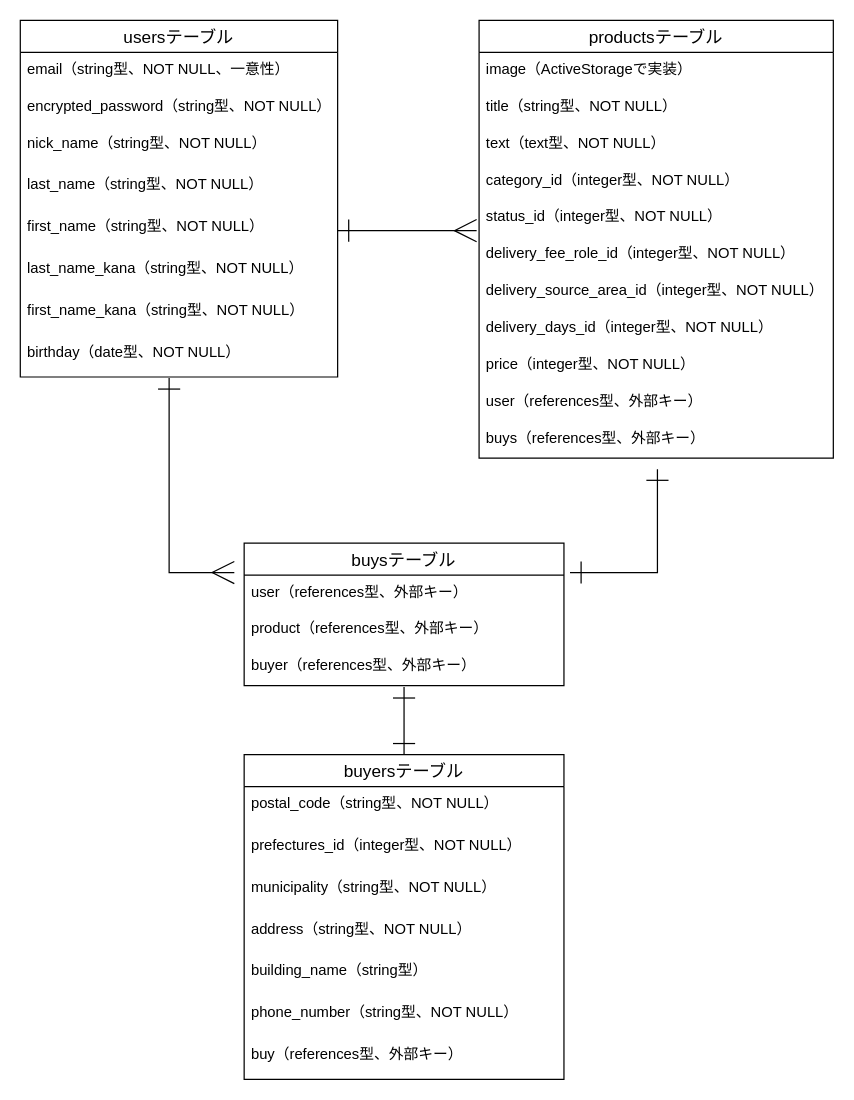
Earlier version of the draw.io diagram ER.dio (kotaro-hetsugi/furima-34434). Source tidied: cells renumbered, new cells numbered last; positions are measured from the earlier drawing's top-left corner, leaving out a move shared by most shapes. Both pictures are drawn from the tidied source at 123%, with x=0, y=0 at pixel (20, 20).
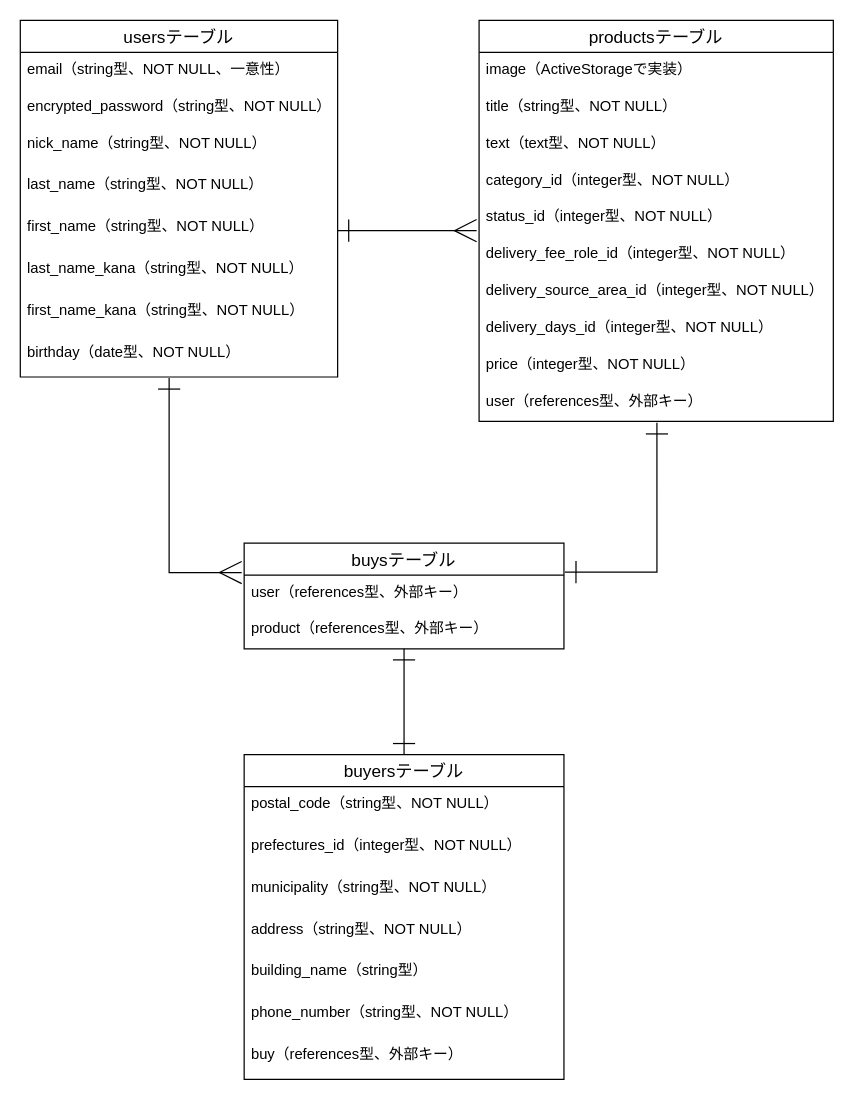
The same diagram, later.

Commit message (it also covers changes not shown here):
データベース設計修正_2

Unchanged cells that the change refers to:
```xml
<mxCell id="10" value="birthday（date型、NOT NULL）" style="text;strokeColor=none;fillColor=none;spacingLeft=4;spacingRight=4;overflow=hidden;points=[[0,0.5],[1,0.5]];portConstraint=eastwest;fontSize=12;" parent="2" vertex="1">
  <mxGeometry y="256" width="258" height="34" as="geometry" />
</mxCell>
<mxCell id="21" value="user（references型、外部キー）" style="text;strokeColor=none;fillColor=none;spacingLeft=4;spacingRight=4;overflow=hidden;points=[[0,0.5],[1,0.5]];portConstraint=eastwest;fontSize=12;" parent="11" vertex="1">
  <mxGeometry y="296" width="288" height="30" as="geometry" />
</mxCell>
<mxCell id="25" value="buyersテーブル" style="swimlane;fontStyle=0;horizontal=1;startSize=26;align=center;fontSize=14;" parent="1" vertex="1">
  <mxGeometry x="182" y="597" width="260" height="264" as="geometry" />
</mxCell>
<mxCell id="36" value="user（references型、外部キー）" style="text;strokeColor=none;fillColor=none;spacingLeft=4;spacingRight=4;overflow=hidden;points=[[0,0.5],[1,0.5]];portConstraint=eastwest;fontSize=12;" parent="35" vertex="1">
  <mxGeometry y="26" width="260" height="30" as="geometry" />
</mxCell>
```

What changed in the source:
```diff
@@
     <mxCell id="11" value="productsテーブル" style="swimlane;fontStyle=0;horizontal=1;startSize=26;align=center;fontSize=14;" parent="1" vertex="1">
-      <mxGeometry x="373" width="288" height="356" as="geometry" />
+      <mxGeometry x="373" width="288" height="326" as="geometry" />
     </mxCell>
@@
-    <mxCell id="22" value="buys（references型、外部キー）" style="text;strokeColor=none;fillColor=none;spacingLeft=4;spacingRight=4;overflow=hidden;fontSize=12;" parent="11" vertex="1">
-      <mxGeometry y="326" width="288" height="30" as="geometry" />
-    </mxCell>
@@
-    <mxCell id="24" style="edgeStyle=orthogonalEdgeStyle;rounded=0;jettySize=auto;html=1;entryX=0.5;entryY=1.033;entryDx=0;entryDy=0;entryPerimeter=0;strokeWidth=1;endFill=0;endArrow=ERone;endSize=16;startFill=0;startArrow=ERone;startSize=16;" parent="1" edge="1" source="25" target="38">
+    <mxCell id="24" style="edgeStyle=orthogonalEdgeStyle;rounded=0;jettySize=auto;html=1;entryX=0.5;entryY=1;entryDx=0;entryDy=0;strokeWidth=1;endFill=0;endArrow=ERone;endSize=16;startFill=0;startArrow=ERone;startSize=16;" parent="1" edge="1" source="25" target="35">
       <mxGeometry relative="1" as="geometry" />
     </mxCell>
@@
     <mxCell id="33" style="edgeStyle=orthogonalEdgeStyle;rounded=0;jettySize=auto;html=1;entryX=0.469;entryY=1.024;entryDx=0;entryDy=0;entryPerimeter=0;startArrow=ERmany;startFill=0;startSize=16;endArrow=ERone;endFill=0;endSize=16;strokeWidth=1;" parent="1" edge="1" target="10">
       <mxGeometry relative="1" as="geometry">
-        <mxPoint x="174" y="449" as="sourcePoint" />
+        <mxPoint x="180" y="449" as="sourcePoint" />
         <Array as="points">
           <mxPoint x="121" y="449" />
         </Array>
       </mxGeometry>
     </mxCell>
-    <mxCell id="34" style="edgeStyle=orthogonalEdgeStyle;rounded=0;jettySize=auto;html=1;startArrow=ERone;startFill=0;startSize=16;endArrow=ERone;endFill=0;endSize=16;strokeWidth=1;exitX=1.019;exitY=-0.067;exitDx=0;exitDy=0;exitPerimeter=0;" parent="1" edge="1" source="36">
+    <mxCell id="34" style="edgeStyle=orthogonalEdgeStyle;rounded=0;jettySize=auto;html=1;startArrow=ERone;startFill=0;startSize=16;endArrow=ERone;endFill=0;endSize=16;strokeWidth=1;exitX=1.003;exitY=0.275;exitDx=0;exitDy=0;exitPerimeter=0;entryX=0.502;entryY=1.043;entryDx=0;entryDy=0;entryPerimeter=0;" parent="1" edge="1" source="35" target="21">
       <mxGeometry relative="1" as="geometry">
-        <mxPoint x="518" y="365" as="targetPoint" />
         <Array as="points">
           <mxPoint x="518" y="449" />
         </Array>
       </mxGeometry>
     </mxCell>
     <mxCell id="35" value="buysテーブル" style="swimlane;fontStyle=0;horizontal=1;startSize=26;align=center;fontSize=14;" parent="1" vertex="1">
-      <mxGeometry x="182" y="425" width="260" height="116" as="geometry" />
+      <mxGeometry x="182" y="425" width="260" height="86" as="geometry" />
     </mxCell>
@@
-    <mxCell id="38" value="buyer（references型、外部キー）" style="text;strokeColor=none;fillColor=none;spacingLeft=4;spacingRight=4;overflow=hidden;points=[[0,0.5],[1,0.5]];portConstraint=eastwest;fontSize=12;" parent="35" vertex="1">
-      <mxGeometry y="86" width="260" height="30" as="geometry" />
-    </mxCell>
```
